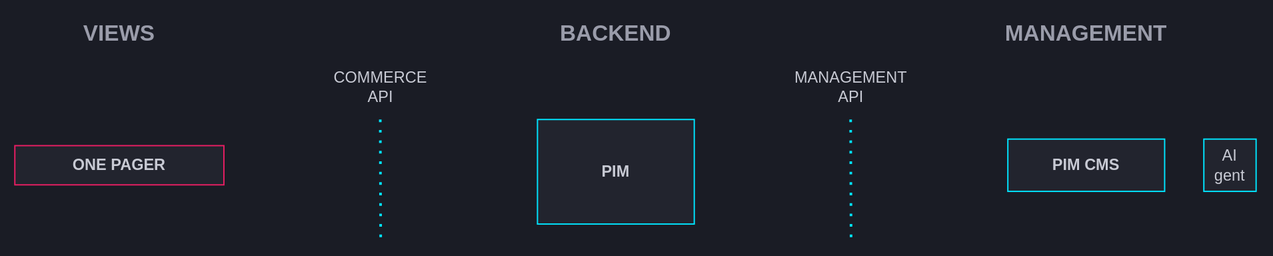
This is images/entirius-base-MVP.drawio.svg from entirius/docs, a draw.io export, as it was before one commit. Source tidied: cells renumbered, new cells last; positions are measured from the earlier drawing's top-left corner, leaving out a move shared by most shapes. Source of this version:
```xml
<mxGraphModel background="#1A1C25">
  <root>
    <mxCell id="0" />
    <mxCell id="1" parent="0" />
    <mxCell id="2" value="PIM" style="whiteSpace=wrap;html=1;strokeColor=#00E5FF;fontColor=#C8CAD4;fillColor=#22242E;rounded=0;fontStyle=1;" parent="1" vertex="1">
      <mxGeometry x="400" y="80" width="120" height="80" as="geometry" />
    </mxCell>
    <mxCell id="3" value="BACKEND" style="text;html=1;strokeColor=none;fillColor=none;align=center;verticalAlign=middle;whiteSpace=wrap;fontColor=#9A9CAA;rounded=0;fontStyle=1;fontSize=17;" parent="1" vertex="1">
      <mxGeometry x="400" width="120" height="30" as="geometry" />
    </mxCell>
    <mxCell id="4" value="MANAGEMENT" style="text;html=1;strokeColor=none;fillColor=none;align=center;verticalAlign=middle;whiteSpace=wrap;fontColor=#9A9CAA;rounded=0;fontStyle=1;fontSize=17;" parent="1" vertex="1">
      <mxGeometry x="760" width="120" height="30" as="geometry" />
    </mxCell>
    <mxCell id="5" style="endArrow=none;dashed=1;html=1;dashPattern=1 3;strokeWidth=2;strokeColor=#00E5FF;fontColor=#C8CAD4;" parent="1" edge="1">
      <mxGeometry relative="1" as="geometry">
        <mxPoint x="640" y="170" as="sourcePoint" />
        <mxPoint x="639.7" y="80" as="targetPoint" />
      </mxGeometry>
    </mxCell>
    <mxCell id="6" value="MANAGEMENT&lt;br&gt;API" style="text;html=1;strokeColor=none;fillColor=none;align=center;verticalAlign=middle;whiteSpace=wrap;fontColor=#C8CAD4;rounded=0;" parent="1" vertex="1">
      <mxGeometry x="600" y="40" width="80" height="30" as="geometry" />
    </mxCell>
    <mxCell id="7" value="COMMERCE&lt;br&gt;API" style="text;html=1;strokeColor=none;fillColor=none;align=center;verticalAlign=middle;whiteSpace=wrap;fontColor=#C8CAD4;rounded=0;" parent="1" vertex="1">
      <mxGeometry x="240" y="40" width="80" height="30" as="geometry" />
    </mxCell>
    <mxCell id="8" style="endArrow=none;dashed=1;html=1;dashPattern=1 3;strokeWidth=2;strokeColor=#00E5FF;fontColor=#C8CAD4;" parent="1" edge="1">
      <mxGeometry relative="1" as="geometry">
        <mxPoint x="280" y="170" as="sourcePoint" />
        <mxPoint x="279.7" y="80" as="targetPoint" />
      </mxGeometry>
    </mxCell>
    <mxCell id="9" value="VIEWS" style="text;html=1;strokeColor=none;fillColor=none;align=center;verticalAlign=middle;whiteSpace=wrap;fontColor=#9A9CAA;rounded=0;fontStyle=1;fontSize=17;" parent="1" vertex="1">
      <mxGeometry x="20" width="120" height="30" as="geometry" />
    </mxCell>
    <mxCell id="10" value="PIM CMS" style="whiteSpace=wrap;html=1;strokeColor=#00E5FF;fontColor=#C8CAD4;fillColor=#22242E;rounded=0;fontStyle=1;" parent="1" vertex="1">
      <mxGeometry x="760" y="95" width="120" height="40" as="geometry" />
    </mxCell>
    <mxCell id="11" value="AI&lt;br&gt;gent" style="whiteSpace=wrap;html=1;strokeColor=#00E5FF;fontColor=#C8CAD4;fillColor=#22242E;rounded=0;" parent="1" vertex="1">
      <mxGeometry x="910" y="95" width="40" height="40" as="geometry" />
    </mxCell>
    <mxCell id="12" value="ONE PAGER" style="whiteSpace=wrap;html=1;strokeColor=#E91E63;fontColor=#C8CAD4;fillColor=#22242E;rounded=0;fontStyle=1;" parent="1" vertex="1">
      <mxGeometry y="100" width="160" height="30" as="geometry" />
    </mxCell>
  </root>
</mxGraphModel>
```
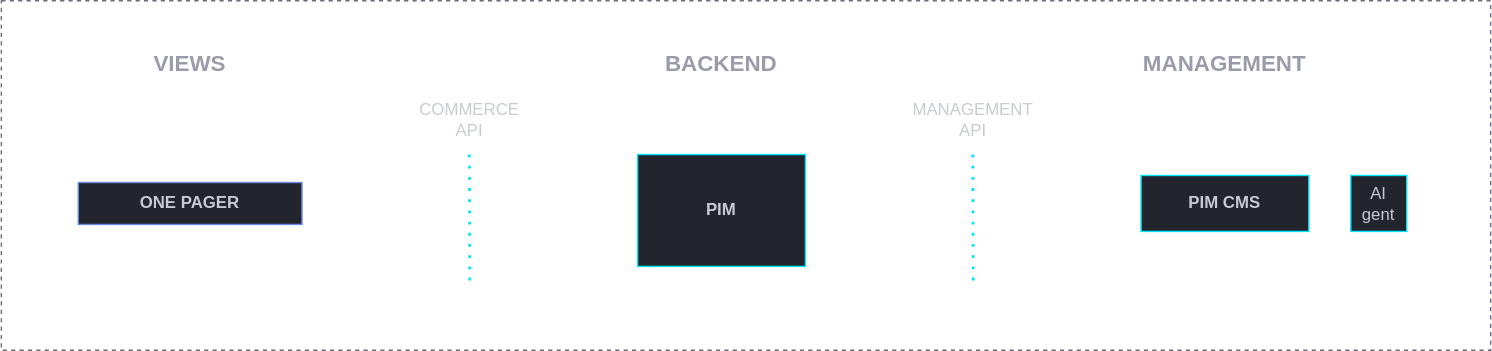
Above is the later version.

The edit, as a diff of the source:
```diff
@@ -1,14 +1,14 @@
-<mxGraphModel background="#1A1C25">
+<mxGraphModel>
   <root>
     <mxCell id="0" />
     <mxCell id="1" parent="0" />
     <mxCell id="2" value="PIM" style="whiteSpace=wrap;html=1;strokeColor=#00E5FF;fontColor=#C8CAD4;fillColor=#22242E;rounded=0;fontStyle=1;" parent="1" vertex="1">
       <mxGeometry x="400" y="80" width="120" height="80" as="geometry" />
     </mxCell>
-    <mxCell id="3" value="BACKEND" style="text;html=1;strokeColor=none;fillColor=none;align=center;verticalAlign=middle;whiteSpace=wrap;fontColor=#9A9CAA;rounded=0;fontStyle=1;fontSize=17;" parent="1" vertex="1">
+    <mxCell id="3" value="BACKEND" style="text;html=1;strokeColor=none;fillColor=none;align=center;verticalAlign=middle;whiteSpace=wrap;fontColor=#9A9CAA;rounded=0;fontStyle=1;fontSize=16;" parent="1" vertex="1">
       <mxGeometry x="400" width="120" height="30" as="geometry" />
     </mxCell>
-    <mxCell id="4" value="MANAGEMENT" style="text;html=1;strokeColor=none;fillColor=none;align=center;verticalAlign=middle;whiteSpace=wrap;fontColor=#9A9CAA;rounded=0;fontStyle=1;fontSize=17;" parent="1" vertex="1">
+    <mxCell id="4" value="MANAGEMENT" style="text;html=1;strokeColor=none;fillColor=none;align=center;verticalAlign=middle;whiteSpace=wrap;fontColor=#9A9CAA;rounded=0;fontStyle=1;fontSize=16;" parent="1" vertex="1">
       <mxGeometry x="760" width="120" height="30" as="geometry" />
     </mxCell>
     <mxCell id="5" style="endArrow=none;dashed=1;html=1;dashPattern=1 3;strokeWidth=2;strokeColor=#00E5FF;fontColor=#C8CAD4;" parent="1" edge="1">
@@ -29,7 +29,7 @@
         <mxPoint x="279.7" y="80" as="targetPoint" />
       </mxGeometry>
     </mxCell>
-    <mxCell id="9" value="VIEWS" style="text;html=1;strokeColor=none;fillColor=none;align=center;verticalAlign=middle;whiteSpace=wrap;fontColor=#9A9CAA;rounded=0;fontStyle=1;fontSize=17;" parent="1" vertex="1">
+    <mxCell id="9" value="VIEWS" style="text;html=1;strokeColor=none;fillColor=none;align=center;verticalAlign=middle;whiteSpace=wrap;fontColor=#9A9CAA;rounded=0;fontStyle=1;fontSize=16;" parent="1" vertex="1">
       <mxGeometry x="20" width="120" height="30" as="geometry" />
     </mxCell>
     <mxCell id="10" value="PIM CMS" style="whiteSpace=wrap;html=1;strokeColor=#00E5FF;fontColor=#C8CAD4;fillColor=#22242E;rounded=0;fontStyle=1;" parent="1" vertex="1">
@@ -38,8 +38,11 @@
     <mxCell id="11" value="AI&lt;br&gt;gent" style="whiteSpace=wrap;html=1;strokeColor=#00E5FF;fontColor=#C8CAD4;fillColor=#22242E;rounded=0;" parent="1" vertex="1">
       <mxGeometry x="910" y="95" width="40" height="40" as="geometry" />
     </mxCell>
-    <mxCell id="12" value="ONE PAGER" style="whiteSpace=wrap;html=1;strokeColor=#E91E63;fontColor=#C8CAD4;fillColor=#22242E;rounded=0;fontStyle=1;" parent="1" vertex="1">
+    <mxCell id="12" value="ONE PAGER" style="whiteSpace=wrap;html=1;strokeColor=#698BE9;fontColor=#C8CAD4;fillColor=#22242E;rounded=0;fontStyle=1;" parent="1" vertex="1">
       <mxGeometry y="100" width="160" height="30" as="geometry" />
     </mxCell>
+    <mxCell id="13" style="rounded=0;whiteSpace=wrap;html=1;fillColor=none;dashed=1;strokeColor=#6B6B7C;" parent="1" vertex="1">
+      <mxGeometry x="-55" y="-30" width="1065" height="250" as="geometry" />
+    </mxCell>
   </root>
 </mxGraphModel>
```
